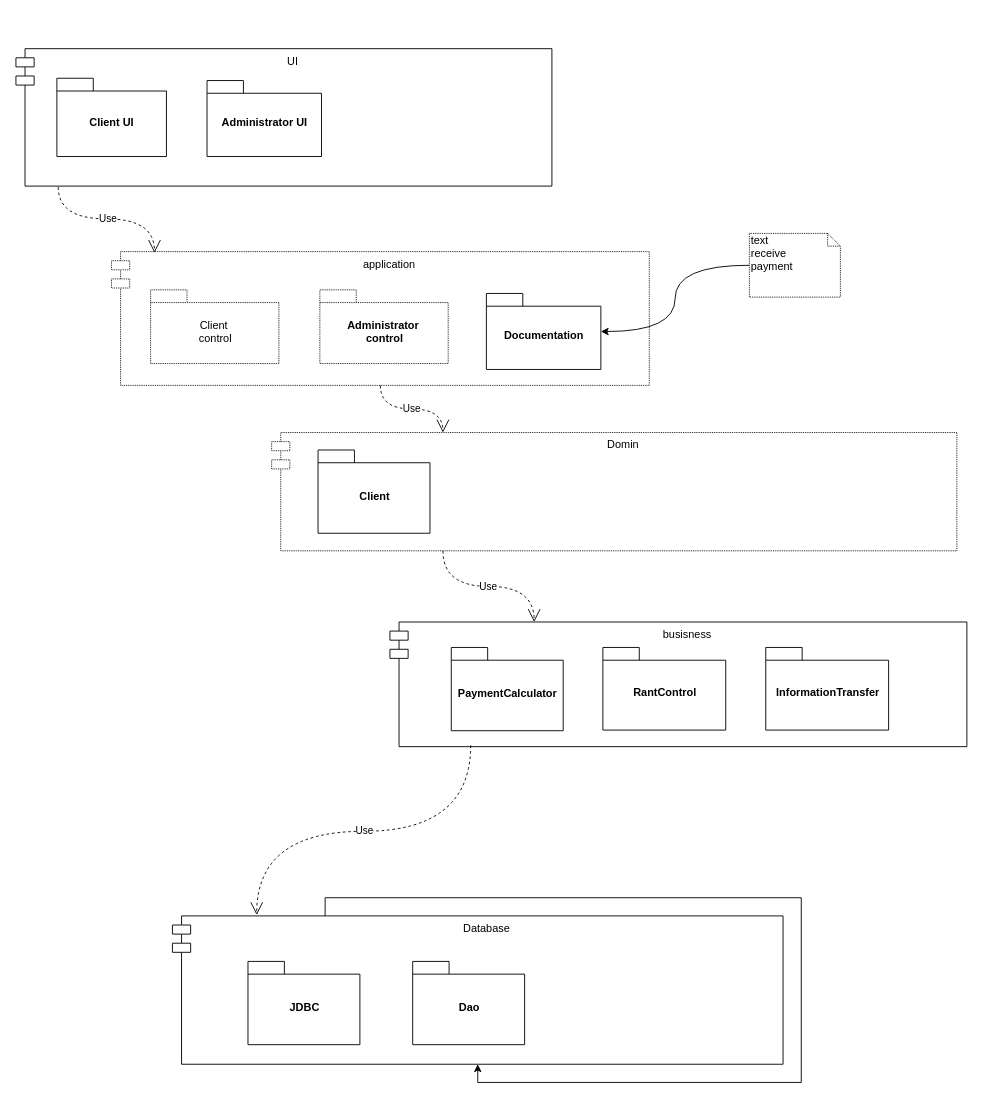
The draw.io diagram page "Architecture" (2 of 2) of Document/DomainModel.drawio in Fei-D20/The_Autocamper_rental_business, before the edit. Source tidied: cells renumbered, new cells numbered last; positions are measured from the earlier drawing's top-left corner, leaving out a move shared by most shapes. Both pictures are drawn from the tidied source at 91%, with x=0, y=0 at pixel (15, 48).
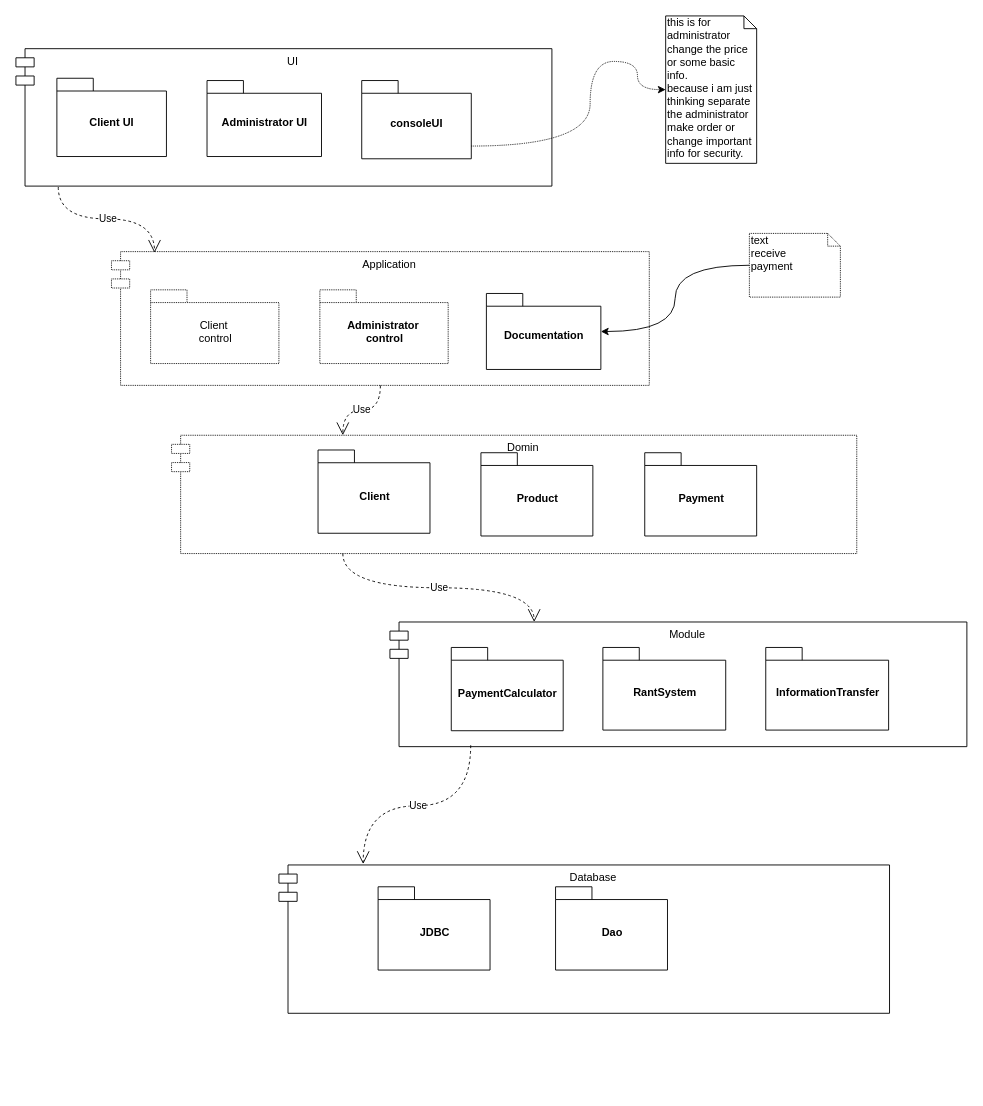
After the change.

What changed in the source:
```diff
@@
-    <mxCell id="2" value="application" style="shape=module;align=left;spacingLeft=20;align=center;verticalAlign=top;dashed=1;dashPattern=1 1;" parent="1" vertex="1">
+    <mxCell id="2" value="Application" style="shape=module;align=left;spacingLeft=20;align=center;verticalAlign=top;dashed=1;dashPattern=1 1;" parent="1" vertex="1">
       <mxGeometry x="105" y="223" width="591" height="147" as="geometry" />
     </mxCell>
     <mxCell id="3" value="Domin" style="shape=module;align=left;spacingLeft=20;align=center;verticalAlign=top;dashed=1;dashPattern=1 1;" parent="1" vertex="1">
-      <mxGeometry x="281" y="421.8" width="753" height="130" as="geometry" />
+      <mxGeometry x="171" y="424.8" width="753" height="130" as="geometry" />
     </mxCell>
@@
-    <mxCell id="5" value="busisness" style="shape=module;align=left;spacingLeft=20;align=center;verticalAlign=top;" parent="1" vertex="1">
+    <mxCell id="5" value="Module" style="shape=module;align=left;spacingLeft=20;align=center;verticalAlign=top;" parent="1" vertex="1">
       <mxGeometry x="411" y="630" width="634" height="137" as="geometry" />
     </mxCell>
     <mxCell id="6" value="Database" style="shape=module;align=left;spacingLeft=20;align=center;verticalAlign=top;" parent="1" vertex="1">
-      <mxGeometry x="172" y="953" width="671" height="163" as="geometry" />
+      <mxGeometry x="289" y="897" width="671" height="163" as="geometry" />
     </mxCell>
@@
-    <mxCell id="11" value="RantControl" style="shape=folder;fontStyle=1;spacingTop=10;tabWidth=40;tabHeight=14;tabPosition=left;html=1;" parent="1" vertex="1">
+    <mxCell id="11" value="RantSystem" style="shape=folder;fontStyle=1;spacingTop=10;tabWidth=40;tabHeight=14;tabPosition=left;html=1;" parent="1" vertex="1">
       <mxGeometry x="645" y="658" width="135" height="90.8" as="geometry" />
     </mxCell>
@@
     <mxCell id="17" value="JDBC" style="shape=folder;fontStyle=1;spacingTop=10;tabWidth=40;tabHeight=14;tabPosition=left;html=1;" parent="1" vertex="1">
-      <mxGeometry x="255" y="1003" width="123" height="91.5" as="geometry" />
+      <mxGeometry x="398" y="921" width="123" height="91.5" as="geometry" />
     </mxCell>
     <mxCell id="18" value="Dao" style="shape=folder;fontStyle=1;spacingTop=10;tabWidth=40;tabHeight=14;tabPosition=left;html=1;" parent="1" vertex="1">
-      <mxGeometry x="436" y="1003" width="123" height="91.5" as="geometry" />
+      <mxGeometry x="593" y="921" width="123" height="91.5" as="geometry" />
     </mxCell>
@@
-    <mxCell id="24" style="edgeStyle=orthogonalEdgeStyle;rounded=0;orthogonalLoop=1;jettySize=auto;html=1;exitX=0.25;exitY=0;exitDx=0;exitDy=0;" parent="1" edge="1" source="6" target="6">
-      <mxGeometry relative="1" as="geometry" />
-    </mxCell>
+    <mxCell id="25" value="consoleUI" style="shape=folder;fontStyle=1;spacingTop=10;tabWidth=40;tabHeight=14;tabPosition=left;html=1;" parent="1" vertex="1">
+      <mxGeometry x="380" y="35" width="120.4" height="86" as="geometry" />
+    </mxCell>
+    <mxCell id="26" value="this is for administrator change the price or some basic info.&lt;br&gt;because i am just thinking separate the administrator make order or change important info for security." style="shape=note;whiteSpace=wrap;html=1;size=14;verticalAlign=top;align=left;spacingTop=-6;" parent="1" vertex="1">
+      <mxGeometry x="714" y="-36" width="100" height="162" as="geometry" />
+    </mxCell>
+    <mxCell id="27" style="edgeStyle=orthogonalEdgeStyle;rounded=0;jettySize=auto;html=1;entryX=0;entryY=0.5;entryDx=0;entryDy=0;entryPerimeter=0;curved=1;dashed=1;dashPattern=1 1;" parent="1" edge="1" source="25" target="26">
+      <mxGeometry relative="1" as="geometry">
+        <Array as="points">
+          <mxPoint x="631" y="107" />
+          <mxPoint x="631" y="14" />
+          <mxPoint x="683" y="14" />
+          <mxPoint x="683" y="45" />
+        </Array>
+      </mxGeometry>
+    </mxCell>
+    <mxCell id="28" value="Payment" style="shape=folder;fontStyle=1;spacingTop=10;tabWidth=40;tabHeight=14;tabPosition=left;html=1;" parent="1" vertex="1">
+      <mxGeometry x="691" y="444" width="123" height="91.5" as="geometry" />
+    </mxCell>
+    <mxCell id="29" value="Product" style="shape=folder;fontStyle=1;spacingTop=10;tabWidth=40;tabHeight=14;tabPosition=left;html=1;" parent="1" vertex="1">
+      <mxGeometry x="511" y="444" width="123" height="91.5" as="geometry" />
+    </mxCell>
```
